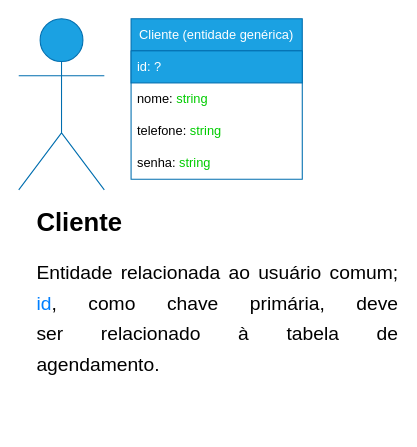
Creath-Noite-A/Agendamento-Documentacao keeps this draw.io diagram as page "Cliente" (3 of 7) of documentação/ideias/diagrama_de_projeto.drawio. Above is the earlier version. Source tidied: cells renumbered, new cells numbered last; positions are measured from the earlier drawing's top-left corner, leaving out a move shared by most shapes. Both pictures are drawn from the tidied source at 107%, with x=0, y=0 at pixel (18, 18).
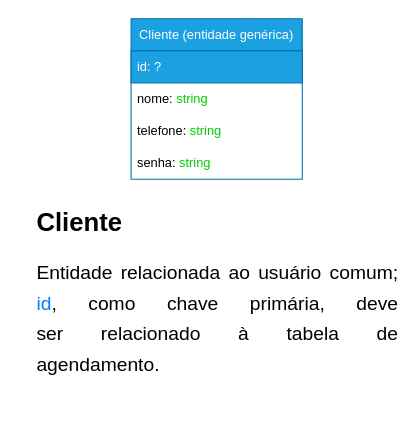
The same diagram, later.

Diff of the diagram source:
```diff
@@
 <mxGraphModel>
   <root>
     <mxCell id="0" />
     <mxCell id="1" parent="0" />
     <mxCell id="2" value="Cliente (entidade genérica)" style="swimlane;fontStyle=0;horizontal=1;startSize=30;whiteSpace=wrap;html=1;fillColor=#1ba1e2;strokeColor=#006EAF;fontColor=#ffffff;" parent="1" vertex="1">
       <mxGeometry x="105" width="160" height="150" as="geometry" />
     </mxCell>
     <mxCell id="3" value="id: ?" style="text;strokeColor=#006EAF;fillColor=#1ba1e2;align=left;verticalAlign=middle;spacingLeft=4;spacingRight=4;overflow=hidden;whiteSpace=wrap;html=1;fontColor=#ffffff;" parent="2" vertex="1">
       <mxGeometry y="30" width="160" height="30" as="geometry" />
     </mxCell>
     <mxCell id="4" value="nome: &lt;font color=&quot;#00cc00&quot;&gt;string&lt;/font&gt;" style="text;strokeColor=none;fillColor=none;align=left;verticalAlign=middle;spacingLeft=4;spacingRight=4;overflow=hidden;whiteSpace=wrap;html=1;" parent="2" vertex="1">
       <mxGeometry y="60" width="160" height="30" as="geometry" />
     </mxCell>
     <mxCell id="5" value="telefone:&amp;nbsp;&lt;span style=&quot;color: rgb(0, 204, 0);&quot;&gt;string&lt;/span&gt;" style="text;strokeColor=none;fillColor=none;align=left;verticalAlign=middle;spacingLeft=4;spacingRight=4;overflow=hidden;whiteSpace=wrap;html=1;" parent="2" vertex="1">
       <mxGeometry y="90" width="160" height="30" as="geometry" />
     </mxCell>
     <mxCell id="6" value="senha:&amp;nbsp;&lt;span style=&quot;color: rgb(0, 204, 0);&quot;&gt;string&lt;/span&gt;" style="text;strokeColor=none;fillColor=none;align=left;verticalAlign=middle;spacingLeft=4;spacingRight=4;overflow=hidden;whiteSpace=wrap;html=1;" parent="2" vertex="1">
       <mxGeometry y="120" width="160" height="30" as="geometry" />
     </mxCell>
     <mxCell id="7" value="&lt;h1 style=&quot;text-align: justify; margin-top: 0px;&quot;&gt;&lt;span style=&quot;background-color: initial;&quot;&gt;Cliente&lt;/span&gt;&lt;/h1&gt;&lt;h1 style=&quot;text-align: justify; margin-top: 0px;&quot;&gt;&lt;span style=&quot;font-size: 18px; background-color: initial; font-weight: normal;&quot;&gt;Entidade relacionada ao usuário comum; &lt;/span&gt;&lt;font style=&quot;font-size: 18px; background-color: initial; font-weight: normal;&quot; color=&quot;#007fff&quot;&gt;id&lt;/font&gt;&lt;span style=&quot;font-size: 18px; background-color: initial; font-weight: normal;&quot;&gt;, como chave primária, deve ser&amp;nbsp;relacionado à tabela de agendamento.&amp;nbsp;&lt;/span&gt;&lt;br&gt;&lt;/h1&gt;" style="text;html=1;whiteSpace=wrap;overflow=hidden;rounded=0;" parent="1" vertex="1">
       <mxGeometry x="15" y="170" width="340" height="210" as="geometry" />
     </mxCell>
-    <mxCell id="8" style="shape=umlActor;verticalLabelPosition=bottom;verticalAlign=top;html=1;fillColor=#1ba1e2;strokeColor=#006EAF;fontColor=#ffffff;" parent="1" vertex="1">
-      <mxGeometry width="80" height="160" as="geometry" />
-    </mxCell>
   </root>
 </mxGraphModel>
```
